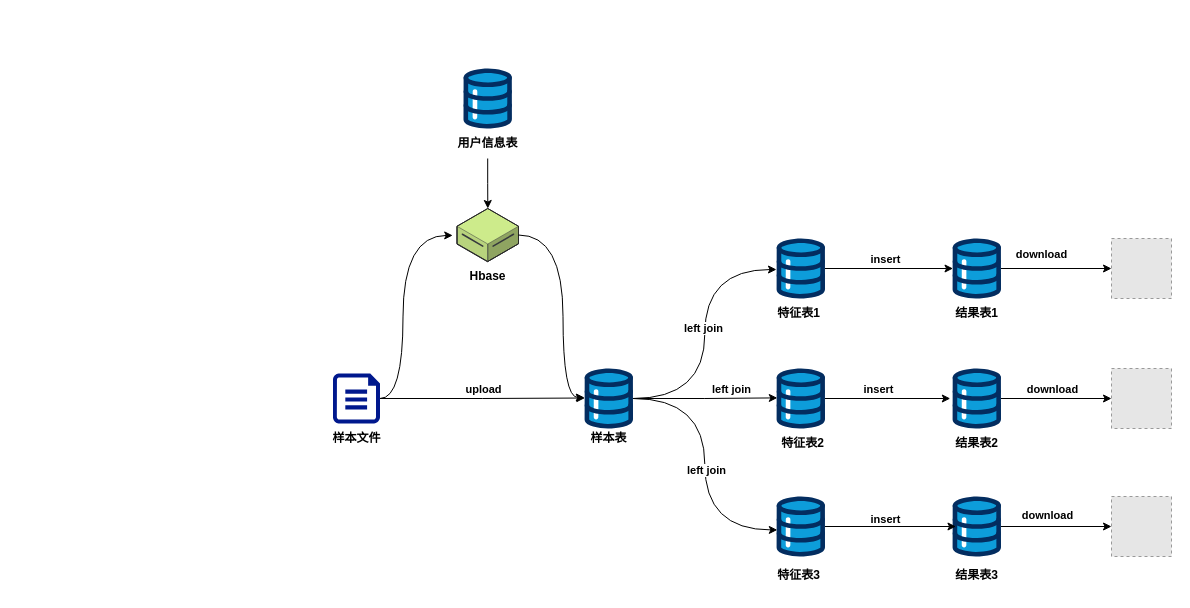
Before: 离线特征回溯流程.drawio in 999V/draw, a draw.io diagram. Source tidied: cells renumbered, new cells numbered last; positions are measured from the earlier drawing's top-left corner, leaving out a move shared by most shapes. Both pictures are drawn from the tidied source at 100%, with x=0, y=0 at pixel (321, 68). Pictures stored in the file or linked from it are replaced by grey dashed boxes.
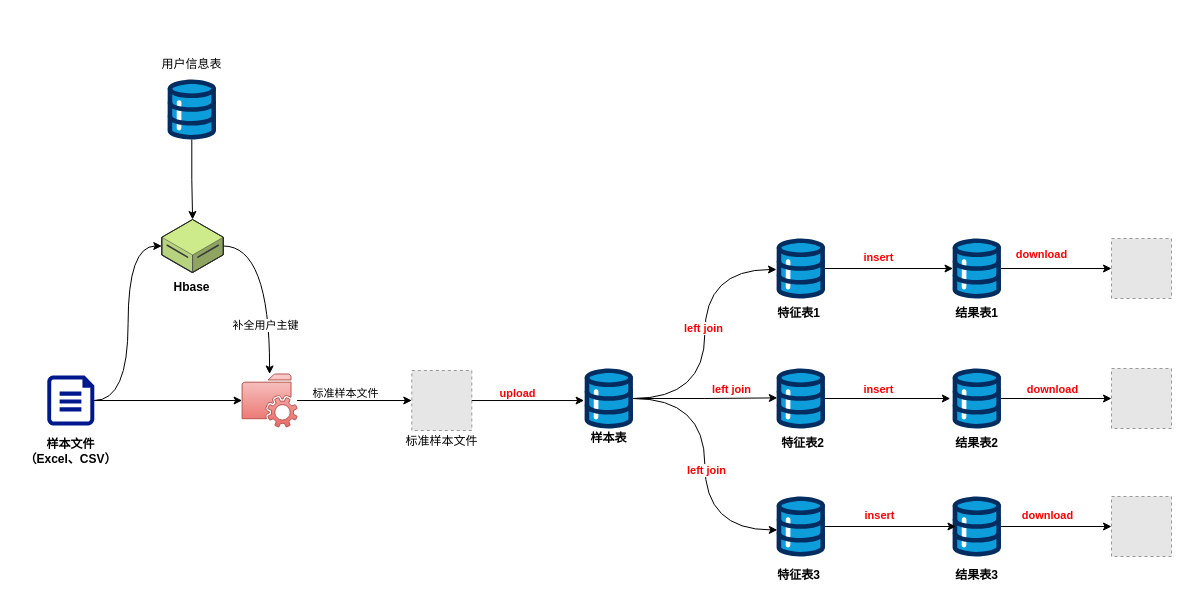
The same page after the edit.

Commit message:
更新离线特征回溯流程.drawio

Unchanged cells that the change refers to:
```xml
<mxCell id="3" style="edgeStyle=orthogonalEdgeStyle;rounded=0;jettySize=auto;html=1;entryX=-0.002;entryY=0.517;entryDx=0;entryDy=0;entryPerimeter=0;curved=1;fontStyle=1;" parent="1" edge="1" source="5" target="12">
  <mxGeometry relative="1" as="geometry" />
</mxCell>
<mxCell id="5" style="verticalLabelPosition=bottom;html=1;shape=mxgraph.salesforce.data;fontStyle=1;" parent="1" vertex="1">
  <mxGeometry x="263" y="300" width="48.6" height="60" as="geometry" />
</mxCell>
<mxCell id="18" style="edgeStyle=orthogonalEdgeStyle;rounded=0;jettySize=auto;html=1;entryX=0.015;entryY=0.49;entryDx=0;entryDy=0;entryPerimeter=0;fontStyle=1;" parent="1" edge="1" source="5" target="14">
  <mxGeometry relative="1" as="geometry" />
</mxCell>
<mxCell id="20" style="edgeStyle=orthogonalEdgeStyle;rounded=0;jettySize=auto;html=1;entryX=0.015;entryY=0.557;entryDx=0;entryDy=0;entryPerimeter=0;curved=1;fontStyle=1;" parent="1" edge="1" source="5" target="16">
  <mxGeometry relative="1" as="geometry" />
</mxCell>
<mxCell id="22" style="edgeStyle=orthogonalEdgeStyle;rounded=0;jettySize=auto;html=1;fontStyle=1;" parent="1" edge="1" source="24" target="40">
  <mxGeometry relative="1" as="geometry" />
</mxCell>
<mxCell id="26" style="edgeStyle=orthogonalEdgeStyle;rounded=0;jettySize=auto;html=1;entryX=0.009;entryY=0.5;entryDx=0;entryDy=0;entryPerimeter=0;fontStyle=1;" parent="1" edge="1" source="12" target="24">
  <mxGeometry relative="1" as="geometry" />
</mxCell>
<mxCell id="28" style="edgeStyle=orthogonalEdgeStyle;rounded=0;jettySize=auto;html=1;fontStyle=1;" parent="1" edge="1" source="30" target="41">
  <mxGeometry relative="1" as="geometry" />
</mxCell>
<mxCell id="32" style="edgeStyle=orthogonalEdgeStyle;rounded=0;jettySize=auto;html=1;entryX=-0.047;entryY=0.5;entryDx=0;entryDy=0;entryPerimeter=0;fontStyle=1;" parent="1" edge="1" source="14" target="30">
  <mxGeometry relative="1" as="geometry" />
</mxCell>
<mxCell id="34" style="edgeStyle=orthogonalEdgeStyle;rounded=0;jettySize=auto;html=1;fontStyle=1;" parent="1" edge="1" source="36" target="42">
  <mxGeometry relative="1" as="geometry" />
</mxCell>
<mxCell id="38" style="edgeStyle=orthogonalEdgeStyle;rounded=0;jettySize=auto;html=1;entryX=0.07;entryY=0.5;entryDx=0;entryDy=0;entryPerimeter=0;fontStyle=1;" parent="1" edge="1" source="16" target="36">
  <mxGeometry relative="1" as="geometry" />
</mxCell>
```

What changed in the source:
```diff
@@
+    <mxCell id="47" style="edgeStyle=orthogonalEdgeStyle;rounded=0;jettySize=auto;html=1;exitX=1;exitY=0.5;exitDx=0;exitDy=0;exitPerimeter=0;" parent="1" edge="1" source="2" target="55">
+      <mxGeometry relative="1" as="geometry" />
+    </mxCell>
     <mxCell id="2" style="sketch=0;shadow=0;dashed=0;html=1;strokeColor=none;labelPosition=center;verticalLabelPosition=bottom;verticalAlign=top;align=center;fillColor=#00188D;shape=mxgraph.azure.file;fontStyle=1;" parent="1" vertex="1">
-      <mxGeometry x="11.5" y="305" width="47" height="50" as="geometry" />
+      <mxGeometry x="-274.2" y="307" width="47" height="50" as="geometry" />
     </mxCell>
@@
-    <mxCell id="4" value="left join" style="edgeLabel;html=1;align=center;verticalAlign=middle;fontStyle=1;" parent="3" vertex="1">
+    <mxCell id="4" value="left join" style="edgeLabel;html=1;align=center;verticalAlign=middle;fontStyle=1;fontColor=#FF0000;" parent="3" vertex="1">
       <mxGeometry y="2" relative="1" as="geometry">
         <mxPoint y="-6" as="offset" />
       </mxGeometry>
     </mxCell>
@@
-    <mxCell id="6" value="样本文件" style="text;html=1;align=center;verticalAlign=middle;strokeColor=none;fillColor=none;fontStyle=1;" parent="1" vertex="1">
-      <mxGeometry y="355" width="70" height="30" as="geometry" />
+    <mxCell id="6" value="样本文件&lt;div&gt;（Excel、CSV）&lt;/div&gt;" style="text;html=1;align=center;verticalAlign=middle;strokeColor=none;fillColor=none;fontStyle=1;" parent="1" vertex="1">
+      <mxGeometry x="-304.7" y="362" width="108" height="41" as="geometry" />
     </mxCell>
-    <mxCell id="7" value="upload" style="edgeStyle=orthogonalEdgeStyle;rounded=0;jettySize=auto;html=1;exitX=1;exitY=0.5;exitDx=0;exitDy=0;exitPerimeter=0;entryX=0.008;entryY=0.492;entryDx=0;entryDy=0;entryPerimeter=0;fontStyle=1;" parent="1" edge="1" source="2" target="5">
-      <mxGeometry x="0.01" y="9" relative="1" as="geometry" />
-    </mxCell>
@@
+    <mxCell id="48" style="edgeStyle=orthogonalEdgeStyle;rounded=0;jettySize=auto;html=1;" parent="1" edge="1" source="9" target="43">
+      <mxGeometry relative="1" as="geometry" />
+    </mxCell>
     <mxCell id="9" style="verticalLabelPosition=bottom;html=1;shape=mxgraph.salesforce.data;fontStyle=1;" parent="1" vertex="1">
-      <mxGeometry x="141.9" width="48.6" height="60" as="geometry" />
+      <mxGeometry x="-154" y="11" width="48.6" height="60" as="geometry" />
     </mxCell>
-    <mxCell id="10" style="edgeStyle=orthogonalEdgeStyle;rounded=0;jettySize=auto;html=1;fontStyle=1;" parent="1" edge="1" source="11" target="43">
-      <mxGeometry relative="1" as="geometry" />
-    </mxCell>
-    <mxCell id="11" value="用户信息表" style="text;html=1;align=center;verticalAlign=middle;points=[];strokeColor=none;fillColor=none;fontStyle=1;" parent="1" vertex="1">
-      <mxGeometry x="126.2" y="60" width="80" height="30" as="geometry" />
-    </mxCell>
@@
-    <mxCell id="19" value="left join" style="edgeLabel;html=1;align=center;verticalAlign=middle;fontStyle=1;" parent="18" vertex="1">
+    <mxCell id="19" value="left join" style="edgeLabel;html=1;align=center;verticalAlign=middle;fontStyle=1;fontColor=#FF0000;" parent="18" vertex="1">
       <mxGeometry x="0.06" y="-2" relative="1" as="geometry">
         <mxPoint x="22" y="-11" as="offset" />
       </mxGeometry>
     </mxCell>
@@
-    <mxCell id="21" value="left join" style="edgeLabel;html=1;align=center;verticalAlign=middle;fontStyle=1;" parent="20" vertex="1">
+    <mxCell id="21" value="left join" style="edgeLabel;html=1;align=center;verticalAlign=middle;fontStyle=1;fontColor=#FF0000;" parent="20" vertex="1">
       <mxGeometry x="0.04" y="1" relative="1" as="geometry" />
     </mxCell>
@@
-    <mxCell id="23" value="download" style="edgeLabel;html=1;align=center;verticalAlign=middle;fontStyle=1;" parent="22" vertex="1">
+    <mxCell id="23" value="download" style="edgeLabel;html=1;align=center;verticalAlign=middle;fontStyle=1;fontColor=#FF0000;" parent="22" vertex="1">
       <mxGeometry x="-0.07" y="-2" relative="1" as="geometry">
         <mxPoint x="-11" y="-17" as="offset" />
       </mxGeometry>
     </mxCell>
@@
-    <mxCell id="27" value="insert" style="edgeLabel;html=1;align=center;verticalAlign=middle;fontStyle=1;" parent="26" vertex="1">
+    <mxCell id="27" value="insert" style="edgeLabel;html=1;align=center;verticalAlign=middle;fontStyle=1;fontColor=#FF0000;" parent="26" vertex="1">
       <mxGeometry x="-0.16" relative="1" as="geometry">
-        <mxPoint x="6" y="-10" as="offset" />
+        <mxPoint x="-1" y="-12" as="offset" />
       </mxGeometry>
     </mxCell>
@@
-    <mxCell id="29" value="download" style="edgeLabel;html=1;align=center;verticalAlign=middle;fontStyle=1;" parent="28" vertex="1">
+    <mxCell id="29" value="download" style="edgeLabel;html=1;align=center;verticalAlign=middle;fontStyle=1;fontColor=#FF0000;" parent="28" vertex="1">
       <mxGeometry x="-0.25" y="-2" relative="1" as="geometry">
         <mxPoint x="10" y="-12" as="offset" />
       </mxGeometry>
     </mxCell>
@@
-    <mxCell id="33" value="insert" style="edgeLabel;html=1;align=center;verticalAlign=middle;fontStyle=1;" parent="32" vertex="1">
+    <mxCell id="33" value="insert" style="edgeLabel;html=1;align=center;verticalAlign=middle;fontStyle=1;fontColor=#FF0000;" parent="32" vertex="1">
       <mxGeometry x="-0.15" y="1" relative="1" as="geometry">
         <mxPoint y="-9" as="offset" />
       </mxGeometry>
     </mxCell>
@@
-    <mxCell id="35" value="download" style="edgeLabel;html=1;align=center;verticalAlign=middle;fontStyle=1;" parent="34" vertex="1">
+    <mxCell id="35" value="download" style="edgeLabel;html=1;align=center;verticalAlign=middle;fontStyle=1;fontColor=#FF0000;" parent="34" vertex="1">
       <mxGeometry x="-0.06" y="1" relative="1" as="geometry">
         <mxPoint x="-6" y="-11" as="offset" />
       </mxGeometry>
     </mxCell>
@@
-    <mxCell id="39" value="insert" style="edgeLabel;html=1;align=center;verticalAlign=middle;fontStyle=1;" parent="38" vertex="1">
+    <mxCell id="39" value="insert" style="edgeLabel;html=1;align=center;verticalAlign=middle;fontStyle=1;fontColor=#FF0000;" parent="38" vertex="1">
       <mxGeometry x="-0.19" y="-1" relative="1" as="geometry">
-        <mxPoint x="7" y="-9" as="offset" />
+        <mxPoint x="1" y="-13" as="offset" />
       </mxGeometry>
     </mxCell>
@@
+    <mxCell id="49" style="edgeStyle=orthogonalEdgeStyle;rounded=0;jettySize=auto;html=1;curved=1;" parent="1" edge="1" source="43" target="55">
+      <mxGeometry relative="1" as="geometry" />
+    </mxCell>
+    <mxCell id="50" value="补全用户主键" style="edgeLabel;html=1;align=center;verticalAlign=middle;" parent="49" vertex="1">
+      <mxGeometry x="0.2" y="-3" relative="1" as="geometry">
+        <mxPoint x="-2" y="20" as="offset" />
+      </mxGeometry>
+    </mxCell>
     <mxCell id="43" style="verticalLabelPosition=bottom;html=1;verticalAlign=top;strokeWidth=1;align=center;outlineConnect=0;dashed=0;outlineConnect=0;shape=mxgraph.aws3d.dataServer;strokeColor=#36393d;fontStyle=1;fillColor=#cdeb8b;" parent="1" vertex="1">
-      <mxGeometry x="135.5" y="140" width="61.5" height="53" as="geometry" />
+      <mxGeometry x="-159.7" y="151" width="61.5" height="53" as="geometry" />
     </mxCell>
     <mxCell id="44" value="Hbase" style="text;html=1;align=center;verticalAlign=middle;strokeColor=none;fillColor=none;fontStyle=1;" parent="1" vertex="1">
-      <mxGeometry x="136.2" y="193" width="60" height="30" as="geometry" />
+      <mxGeometry x="-159.7" y="204" width="60" height="30" as="geometry" />
     </mxCell>
-    <mxCell id="45" style="edgeStyle=orthogonalEdgeStyle;rounded=0;jettySize=auto;html=1;exitX=1;exitY=0.5;exitDx=0;exitDy=0;exitPerimeter=0;entryX=-0.07;entryY=0.508;entryDx=0;entryDy=0;entryPerimeter=0;curved=1;fontStyle=1;" parent="1" edge="1" source="2" target="43">
-      <mxGeometry relative="1" as="geometry">
-        <Array as="points">
-          <mxPoint x="81.5" y="330" />
-          <mxPoint x="81.5" y="167" />
-        </Array>
-      </mxGeometry>
-    </mxCell>
-    <mxCell id="46" style="edgeStyle=orthogonalEdgeStyle;rounded=0;jettySize=auto;html=1;entryX=-0.007;entryY=0.484;entryDx=0;entryDy=0;entryPerimeter=0;curved=1;fontStyle=1;" parent="1" edge="1" source="43" target="5">
-      <mxGeometry relative="1" as="geometry">
-        <Array as="points">
-          <mxPoint x="241.5" y="167" />
-          <mxPoint x="241.5" y="329" />
-        </Array>
-      </mxGeometry>
-    </mxCell>
+    <mxCell id="51" style="fillColor=#E6E6E6;strokeColor=#999999;dashed=1;html=1;verticalAlign=top;verticalLabelPosition=bottom;labelBackgroundColor=#ffffff;fontStyle=1;" parent="1" vertex="1">
+      <mxGeometry x="90.3" y="302" width="60" height="60" as="geometry" />
+    </mxCell>
+    <mxCell id="52" style="edgeStyle=orthogonalEdgeStyle;rounded=0;jettySize=auto;html=1;entryX=-0.01;entryY=0.534;entryDx=0;entryDy=0;entryPerimeter=0;" parent="1" edge="1" source="51" target="5">
+      <mxGeometry relative="1" as="geometry" />
+    </mxCell>
+    <mxCell id="7" value="&lt;b&gt;upload&lt;/b&gt;" style="edgeLabel;html=1;align=center;verticalAlign=middle;fontColor=#FF0000;" parent="52" vertex="1">
+      <mxGeometry x="-0.3" y="-1" relative="1" as="geometry">
+        <mxPoint x="6" y="-9" as="offset" />
+      </mxGeometry>
+    </mxCell>
+    <mxCell id="53" style="edgeStyle=orthogonalEdgeStyle;rounded=0;jettySize=auto;html=1;" parent="1" edge="1" source="55" target="51">
+      <mxGeometry relative="1" as="geometry" />
+    </mxCell>
+    <mxCell id="54" value="标准样本文件" style="edgeLabel;html=1;align=center;verticalAlign=middle;" parent="53" vertex="1">
+      <mxGeometry x="-0.2" relative="1" as="geometry">
+        <mxPoint x="2" y="-8" as="offset" />
+      </mxGeometry>
+    </mxCell>
+    <mxCell id="55" style="sketch=0;shadow=0;dashed=0;html=1;strokeColor=#b85450;fillColor=#f8cecc;labelPosition=center;verticalLabelPosition=bottom;verticalAlign=top;outlineConnect=0;align=center;shape=mxgraph.office.services.network_file_share_service;gradientColor=#ea6b66;" parent="1" vertex="1">
+      <mxGeometry x="-79.4" y="305.5" width="55" height="53" as="geometry" />
+    </mxCell>
+    <mxCell id="56" style="edgeStyle=orthogonalEdgeStyle;rounded=0;jettySize=auto;html=1;entryX=1;entryY=0.5;entryDx=0;entryDy=0;entryPerimeter=0;endArrow=none;endFill=0;curved=1;startArrow=classic;startFill=1;" parent="1" edge="1" source="43" target="2">
+      <mxGeometry relative="1" as="geometry" />
+    </mxCell>
+    <mxCell id="57" value="标准样本文件" style="text;html=1;align=center;verticalAlign=middle;strokeColor=none;fillColor=none;" parent="1" vertex="1">
+      <mxGeometry x="75.3" y="360" width="90" height="26" as="geometry" />
+    </mxCell>
+    <mxCell id="58" value="&lt;span style=&quot;color: rgba(0, 0, 0, 0); font-family: monospace; font-size: 0px; text-align: start;&quot;&gt;y&lt;/span&gt;" style="text;html=1;align=center;verticalAlign=middle;strokeColor=none;fillColor=none;" parent="1" vertex="1">
+      <mxGeometry x="-130.9" y="-51" width="18" height="26" as="geometry" />
+    </mxCell>
+    <mxCell id="11" value="用户信息表" style="text;html=1;align=center;verticalAlign=middle;points=[];strokeColor=none;fillColor=none;" parent="1" vertex="1">
+      <mxGeometry x="-168.7" y="-17" width="78" height="26" as="geometry" />
+    </mxCell>
```
